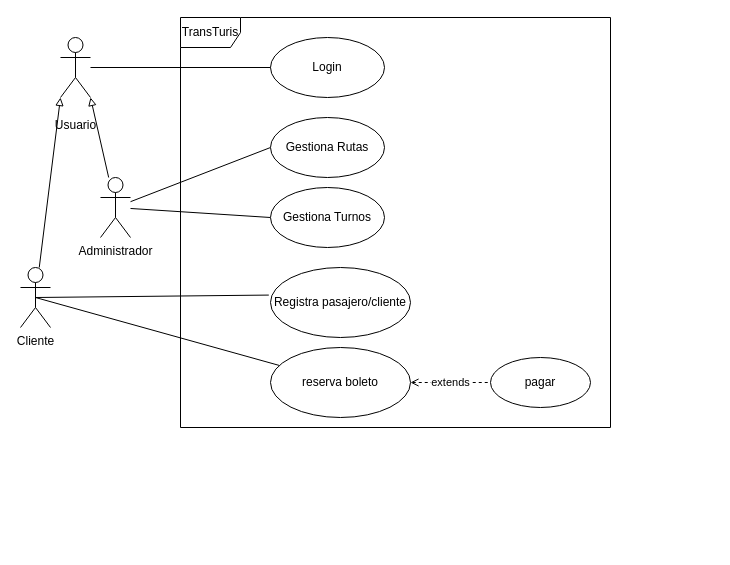
Earlier version of the draw.io diagram diagramas.drawio (rene525456/requisitos_software). Source tidied: cells renumbered, new cells numbered last; positions are measured from the earlier drawing's top-left corner, leaving out a move shared by most shapes. Both pictures are drawn from the tidied source at 100%, with x=0, y=0 at pixel (20, 17).
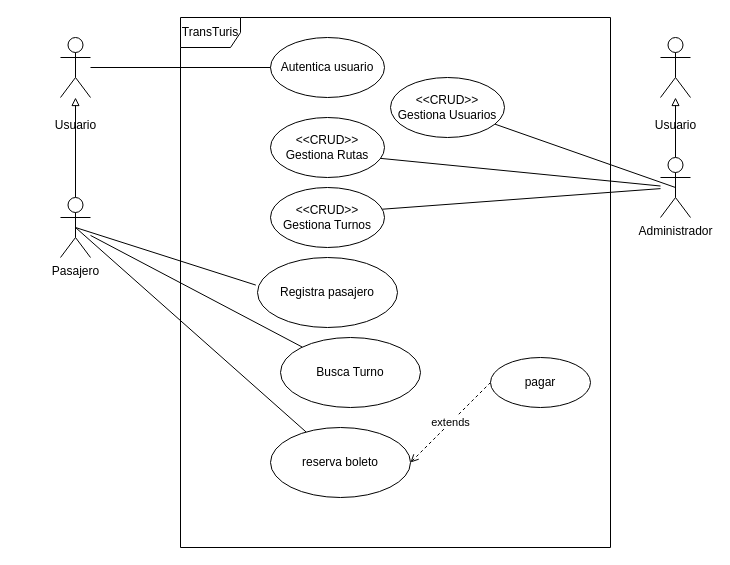
Above is the later version.

Unchanged cells that the change refers to:
```xml
<mxCell id="17" value="&lt;br&gt;Usuario" style="shape=umlActor;verticalLabelPosition=bottom;verticalAlign=top;html=1;" parent="1" vertex="1">
  <mxGeometry x="40" y="20" width="30" height="60" as="geometry" />
</mxCell>
```

The edit, as a diff of the source:
```diff
@@
     <mxCell id="2" value="TransTuris" style="shape=umlFrame;whiteSpace=wrap;html=1;" parent="1" vertex="1">
-      <mxGeometry x="160" width="430" height="410" as="geometry" />
+      <mxGeometry x="160" width="430" height="530" as="geometry" />
     </mxCell>
@@
-    <mxCell id="5" style="rounded=0;jettySize=auto;html=1;entryX=1;entryY=1;entryDx=0;entryDy=0;entryPerimeter=0;endArrow=block;endFill=0;" parent="1" edge="1" source="8" target="17">
+    <mxCell id="5" style="rounded=0;jettySize=auto;html=1;endArrow=block;endFill=0;" parent="1" edge="1" source="8" target="22">
       <mxGeometry relative="1" as="geometry" />
     </mxCell>
@@
     <mxCell id="8" value="Administrador" style="shape=umlActor;verticalLabelPosition=bottom;verticalAlign=top;html=1;" parent="1" vertex="1">
-      <mxGeometry x="80" y="160" width="30" height="60" as="geometry" />
+      <mxGeometry x="640" y="140" width="30" height="60" as="geometry" />
     </mxCell>
@@
     <mxCell id="10" value="reserva boleto" style="ellipse;whiteSpace=wrap;html=1;" parent="1" vertex="1">
-      <mxGeometry x="250" y="330" width="140" height="70" as="geometry" />
+      <mxGeometry x="250" y="410" width="140" height="70" as="geometry" />
     </mxCell>
-    <mxCell id="11" value="Registra pasajero/cliente" style="ellipse;whiteSpace=wrap;html=1;" parent="1" vertex="1">
-      <mxGeometry x="250" y="250" width="140" height="70" as="geometry" />
+    <mxCell id="11" value="Registra pasajero" style="ellipse;whiteSpace=wrap;html=1;" parent="1" vertex="1">
+      <mxGeometry x="237" y="240" width="140" height="70" as="geometry" />
     </mxCell>
@@
-    <mxCell id="13" style="rounded=0;jettySize=auto;html=1;endArrow=block;endFill=0;entryX=0;entryY=1;entryDx=0;entryDy=0;entryPerimeter=0;" parent="1" edge="1" source="14" target="17">
+    <mxCell id="13" style="rounded=0;jettySize=auto;html=1;endArrow=block;endFill=0;" parent="1" edge="1" source="14" target="17">
       <mxGeometry relative="1" as="geometry" />
     </mxCell>
+    <mxCell id="21" style="edgeStyle=none;rounded=0;jettySize=auto;html=1;endArrow=none;endFill=0;" parent="1" edge="1" source="14" target="25">
+      <mxGeometry relative="1" as="geometry" />
+    </mxCell>
-    <mxCell id="14" value="Cliente" style="shape=umlActor;verticalLabelPosition=bottom;verticalAlign=top;html=1;" parent="1" vertex="1">
-      <mxGeometry y="250" width="30" height="60" as="geometry" />
+    <mxCell id="14" value="Pasajero" style="shape=umlActor;verticalLabelPosition=bottom;verticalAlign=top;html=1;" parent="1" vertex="1">
+      <mxGeometry x="40" y="180" width="30" height="60" as="geometry" />
     </mxCell>
-    <mxCell id="15" value="Login" style="ellipse;whiteSpace=wrap;html=1;" parent="1" vertex="1">
+    <mxCell id="15" value="Autentica usuario" style="ellipse;whiteSpace=wrap;html=1;" parent="1" vertex="1">
       <mxGeometry x="250" y="20" width="114" height="60" as="geometry" />
     </mxCell>
@@
-    <mxCell id="19" value="Gestiona Rutas" style="ellipse;whiteSpace=wrap;html=1;" parent="1" vertex="1">
+    <mxCell id="19" value="&amp;lt;&amp;lt;CRUD&amp;gt;&amp;gt;&lt;br&gt;Gestiona Rutas" style="ellipse;whiteSpace=wrap;html=1;" parent="1" vertex="1">
       <mxGeometry x="250" y="100" width="114" height="60" as="geometry" />
     </mxCell>
-    <mxCell id="20" value="Gestiona Turnos" style="ellipse;whiteSpace=wrap;html=1;" parent="1" vertex="1">
+    <mxCell id="20" value="&amp;lt;&amp;lt;CRUD&amp;gt;&amp;gt;&lt;br&gt;Gestiona Turnos" style="ellipse;whiteSpace=wrap;html=1;" parent="1" vertex="1">
       <mxGeometry x="250" y="170" width="114" height="60" as="geometry" />
     </mxCell>
+    <mxCell id="22" value="&lt;br&gt;Usuario" style="shape=umlActor;verticalLabelPosition=bottom;verticalAlign=top;html=1;" parent="1" vertex="1">
+      <mxGeometry x="640" y="20" width="30" height="60" as="geometry" />
+    </mxCell>
+    <mxCell id="23" style="rounded=0;jettySize=auto;html=1;entryX=0.5;entryY=0.5;entryDx=0;entryDy=0;entryPerimeter=0;endArrow=none;endFill=0;" parent="1" edge="1" source="24" target="8">
+      <mxGeometry relative="1" as="geometry" />
+    </mxCell>
+    <mxCell id="24" value="&amp;lt;&amp;lt;CRUD&amp;gt;&amp;gt;&lt;br&gt;Gestiona Usuarios" style="ellipse;whiteSpace=wrap;html=1;" parent="1" vertex="1">
+      <mxGeometry x="370" y="60" width="114" height="60" as="geometry" />
+    </mxCell>
+    <mxCell id="25" value="Busca Turno" style="ellipse;whiteSpace=wrap;html=1;" parent="1" vertex="1">
+      <mxGeometry x="260" y="320" width="140" height="70" as="geometry" />
+    </mxCell>
```
